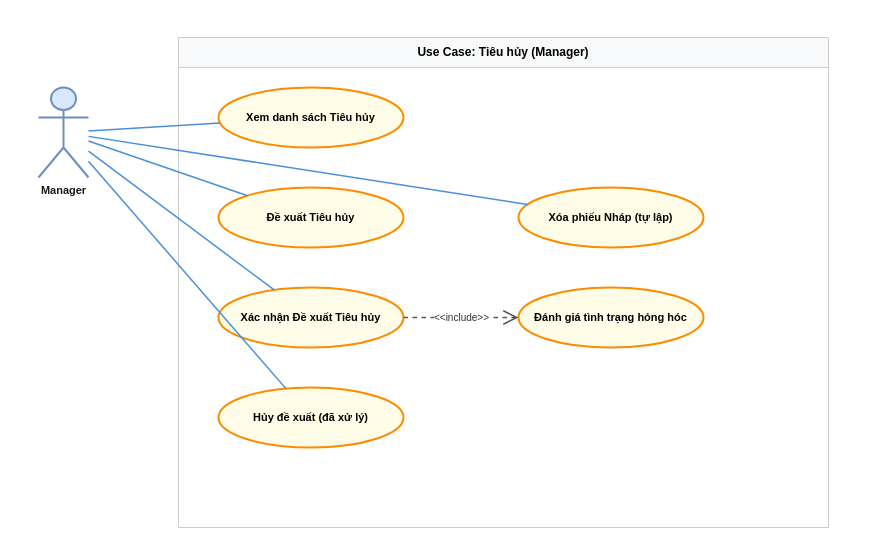
The draw.io diagram UseCase/MANAGER/14_tieu_huy.drawio in Nghiatv2006/KhoHang, before the edit. Source tidied: cells renumbered, new cells numbered last; positions are measured from the earlier drawing's top-left corner, leaving out a move shared by most shapes. Both pictures are drawn from the tidied source at 100%, with x=0, y=0 at pixel (38, 37).
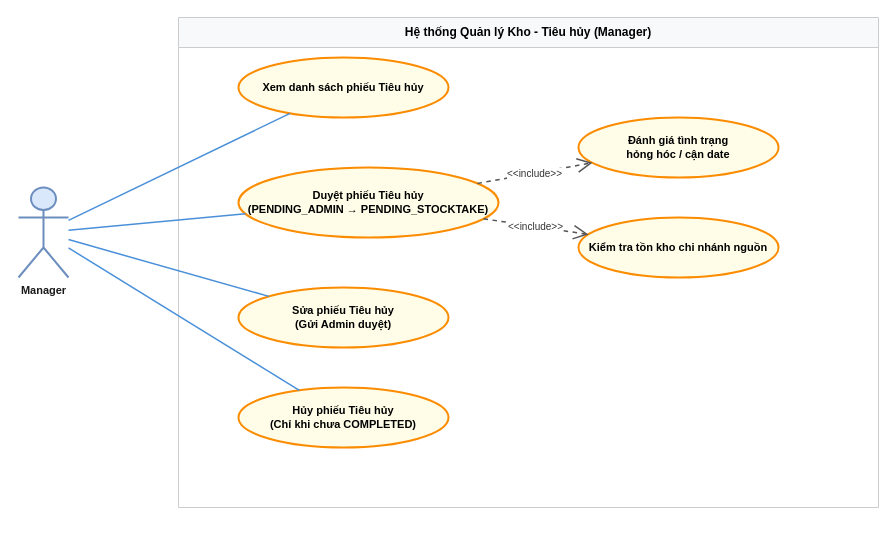
The same page after the edit.

Commit message (it also covers changes not shown here):
Update use case diagrams

The edit, as a diff of the source:
```diff
@@
 <mxGraphModel>
   <root>
     <mxCell id="0" />
     <mxCell id="1" parent="0" />
-    <mxCell id="2" value="Use Case: Tiêu hủy (Manager)" style="swimlane;whiteSpace=wrap;html=1;startSize=30;fillColor=#f8f9fa;strokeColor=#cccccc;fontStyle=1;align=center;" parent="1" vertex="1">
-      <mxGeometry x="140" width="650" height="490" as="geometry" />
+    <mxCell id="2" value="Hệ thống Quản lý Kho - Tiêu hủy (Manager)" style="swimlane;whiteSpace=wrap;html=1;startSize=30;fillColor=#f8f9fa;strokeColor=#cccccc;fontStyle=1;align=center;" parent="1" vertex="1">
+      <mxGeometry x="140" y="-20" width="700" height="490" as="geometry" />
     </mxCell>
     <mxCell id="3" value="Manager" style="shape=umlActor;verticalLabelPosition=bottom;verticalAlign=top;html=1;outlineConnect=0;fillColor=#dae8fc;strokeColor=#6c8ebf;strokeWidth=2;fontColor=#1a1a1a;fontStyle=1;fontSize=11;" parent="1" vertex="1">
-      <mxGeometry y="50" width="50" height="90" as="geometry" />
+      <mxGeometry x="-20" y="150" width="50" height="90" as="geometry" />
     </mxCell>
-    <mxCell id="4" value="Xem danh sách Tiêu hủy" style="ellipse;whiteSpace=wrap;html=1;fillColor=#fffde7;strokeColor=#fb8c00;strokeWidth=2;fontStyle=1;fontSize=11;align=center;" parent="1" vertex="1">
-      <mxGeometry x="180" y="50" width="185" height="60" as="geometry" />
+    <mxCell id="4" value="Xem danh sách phiếu Tiêu hủy" style="ellipse;whiteSpace=wrap;html=1;fillColor=#fffde7;strokeColor=#fb8c00;strokeWidth=2;fontStyle=1;fontSize=11;align=center;" parent="1" vertex="1">
+      <mxGeometry x="200" y="20" width="210" height="60" as="geometry" />
     </mxCell>
-    <mxCell id="5" value="Đề xuất Tiêu hủy" style="ellipse;whiteSpace=wrap;html=1;fillColor=#fffde7;strokeColor=#fb8c00;strokeWidth=2;fontStyle=1;fontSize=11;align=center;" parent="1" vertex="1">
-      <mxGeometry x="180" y="150" width="185" height="60" as="geometry" />
-    </mxCell>
-    <mxCell id="6" value="Xác nhận Đề xuất Tiêu hủy" style="ellipse;whiteSpace=wrap;html=1;fillColor=#fffde7;strokeColor=#fb8c00;strokeWidth=2;fontStyle=1;fontSize=11;align=center;" parent="1" vertex="1">
-      <mxGeometry x="180" y="250" width="185" height="60" as="geometry" />
-    </mxCell>
-    <mxCell id="7" value="Đánh giá tình trạng hỏng hóc" style="ellipse;whiteSpace=wrap;html=1;fillColor=#fffde7;strokeColor=#fb8c00;strokeWidth=2;fontStyle=1;fontSize=11;align=center;" parent="1" vertex="1">
-      <mxGeometry x="480" y="250" width="185" height="60" as="geometry" />
-    </mxCell>
+    <mxCell id="16" value="Duyệt phiếu Tiêu hủy&#10;(PENDING_ADMIN → PENDING_STOCKTAKE)" style="ellipse;whiteSpace=wrap;html=1;fillColor=#fffde7;strokeColor=#fb8c00;strokeWidth=2;fontStyle=1;fontSize=11;align=center;" parent="1" vertex="1">
+      <mxGeometry x="200" y="130" width="260" height="70" as="geometry" />
+    </mxCell>
+    <mxCell id="17" value="Đánh giá tình trạng&#10;hỏng hóc / cận date" style="ellipse;whiteSpace=wrap;html=1;fillColor=#fffde7;strokeColor=#fb8c00;strokeWidth=2;fontStyle=1;fontSize=11;align=center;" parent="1" vertex="1">
+      <mxGeometry x="540" y="80" width="200" height="60" as="geometry" />
+    </mxCell>
+    <mxCell id="18" value="Kiểm tra tồn kho chi nhánh nguồn" style="ellipse;whiteSpace=wrap;html=1;fillColor=#fffde7;strokeColor=#fb8c00;strokeWidth=2;fontStyle=1;fontSize=11;align=center;" parent="1" vertex="1">
+      <mxGeometry x="540" y="180" width="200" height="60" as="geometry" />
+    </mxCell>
+    <mxCell id="19" value="Sửa phiếu Tiêu hủy&#10;(Gửi Admin duyệt)" style="ellipse;whiteSpace=wrap;html=1;fillColor=#fffde7;strokeColor=#fb8c00;strokeWidth=2;fontStyle=1;fontSize=11;align=center;" parent="1" vertex="1">
+      <mxGeometry x="200" y="250" width="210" height="60" as="geometry" />
+    </mxCell>
-    <mxCell id="8" value="Hủy đề xuất (đã xử lý)" style="ellipse;whiteSpace=wrap;html=1;fillColor=#fffde7;strokeColor=#fb8c00;strokeWidth=2;fontStyle=1;fontSize=11;align=center;" parent="1" vertex="1">
-      <mxGeometry x="180" y="350" width="185" height="60" as="geometry" />
+    <mxCell id="8" value="Hủy phiếu Tiêu hủy&#10;(Chỉ khi chưa COMPLETED)" style="ellipse;whiteSpace=wrap;html=1;fillColor=#fffde7;strokeColor=#fb8c00;strokeWidth=2;fontStyle=1;fontSize=11;align=center;" parent="1" vertex="1">
+      <mxGeometry x="200" y="350" width="210" height="60" as="geometry" />
     </mxCell>
-    <mxCell id="9" value="Xóa phiếu Nháp (tự lập)" style="ellipse;whiteSpace=wrap;html=1;fillColor=#fffde7;strokeColor=#fb8c00;strokeWidth=2;fontStyle=1;fontSize=11;align=center;" parent="1" vertex="1">
-      <mxGeometry x="480" y="150" width="185" height="60" as="geometry" />
-    </mxCell>
     <mxCell id="10" style="endArrow=none;html=1;rounded=0;strokeColor=#4a90d9;strokeWidth=1.5;" parent="1" edge="1" source="3" target="4">
       <mxGeometry relative="1" as="geometry" />
     </mxCell>
-    <mxCell id="11" style="endArrow=none;html=1;rounded=0;strokeColor=#4a90d9;strokeWidth=1.5;" parent="1" edge="1" source="3" target="5">
-      <mxGeometry relative="1" as="geometry" />
-    </mxCell>
-    <mxCell id="12" style="endArrow=none;html=1;rounded=0;strokeColor=#4a90d9;strokeWidth=1.5;" parent="1" edge="1" source="3" target="6">
+    <mxCell id="12" style="endArrow=none;html=1;rounded=0;strokeColor=#4a90d9;strokeWidth=1.5;" parent="1" edge="1" source="3" target="16">
       <mxGeometry relative="1" as="geometry" />
     </mxCell>
+    <mxCell id="20" style="endArrow=none;html=1;rounded=0;strokeColor=#4a90d9;strokeWidth=1.5;" parent="1" edge="1" source="3" target="19">
+      <mxGeometry relative="1" as="geometry" />
+    </mxCell>
+    <mxCell id="15" style="endArrow=none;html=1;rounded=0;strokeColor=#4a90d9;strokeWidth=1.5;" parent="1" edge="1" source="3" target="8">
+      <mxGeometry relative="1" as="geometry" />
+    </mxCell>
-    <mxCell id="13" value="&amp;lt;&amp;lt;include&amp;gt;&amp;gt;" style="endArrow=open;endSize=12;dashed=1;html=1;rounded=0;strokeColor=#555555;strokeWidth=1.5;labelBackgroundColor=#ffffff;fontColor=#333333;fontSize=10;align=center;" parent="1" edge="1" source="6" target="7">
+    <mxCell id="13" value="&amp;lt;&amp;lt;include&amp;gt;&amp;gt;" style="endArrow=open;endSize=12;dashed=1;html=1;rounded=0;strokeColor=#555555;strokeWidth=1.5;labelBackgroundColor=#ffffff;fontColor=#333333;fontSize=10;align=center;" parent="1" edge="1" source="16" target="17">
       <mxGeometry relative="1" as="geometry" />
     </mxCell>
-    <mxCell id="14" style="endArrow=none;html=1;rounded=0;strokeColor=#4a90d9;strokeWidth=1.5;" parent="1" edge="1" source="3" target="8">
+    <mxCell id="14" value="&amp;lt;&amp;lt;include&amp;gt;&amp;gt;" style="endArrow=open;endSize=12;dashed=1;html=1;rounded=0;strokeColor=#555555;strokeWidth=1.5;labelBackgroundColor=#ffffff;fontColor=#333333;fontSize=10;align=center;" parent="1" edge="1" source="16" target="18">
       <mxGeometry relative="1" as="geometry" />
     </mxCell>
-    <mxCell id="15" style="endArrow=none;html=1;rounded=0;strokeColor=#4a90d9;strokeWidth=1.5;" parent="1" edge="1" source="3" target="9">
-      <mxGeometry relative="1" as="geometry" />
-    </mxCell>
   </root>
 </mxGraphModel>
```
